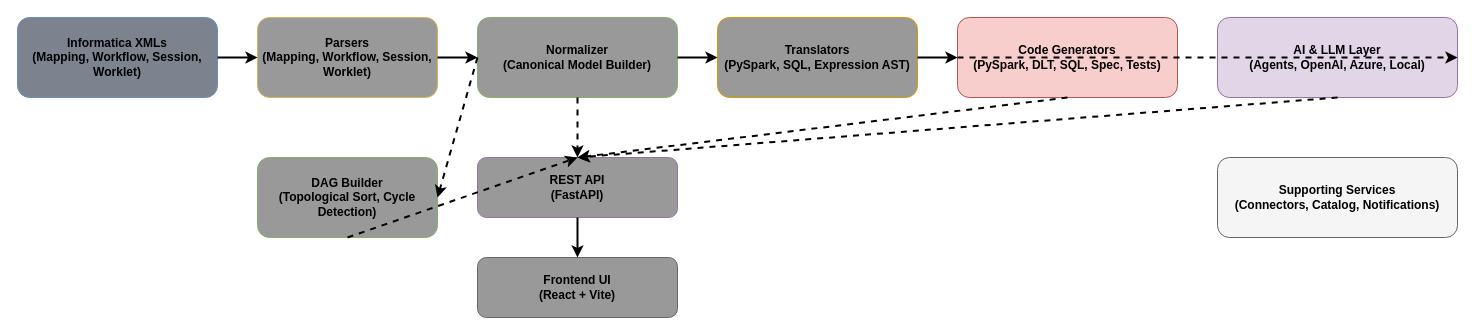
pmsrao/modernize_informatica keeps this draw.io diagram as docs/architecture/architecture_diagram.drawio. Above is the earlier version. Source tidied: cells renumbered, new cells numbered last; positions are measured from the earlier drawing's top-left corner, leaving out a move shared by most shapes. Both pictures are drawn from the tidied source at 100%, with x=0, y=0 at pixel (17, 17).
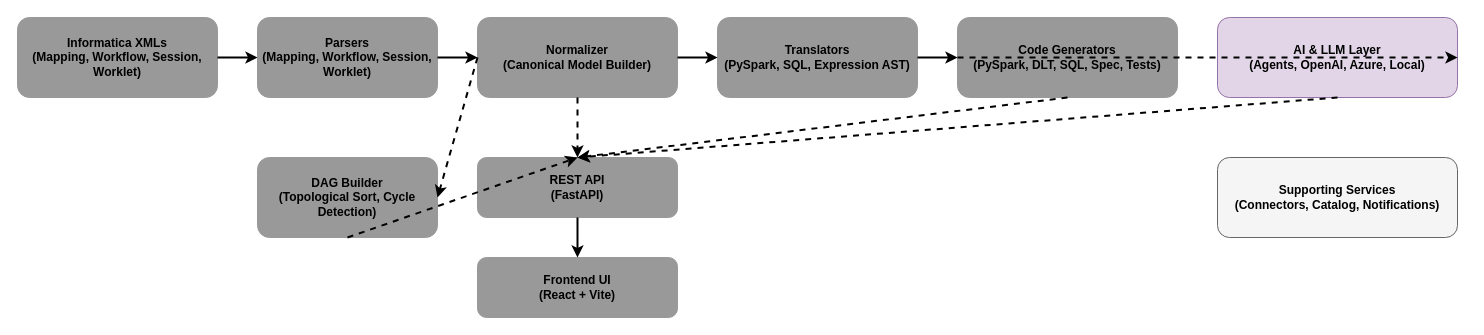
After the change.

Commit message (it also covers changes not shown here):
Phase 1: Foundation - Model Enhancement and Validation Agents

Change to the diagram source:
```diff
@@
-    <mxCell id="2" value="Informatica XMLs&#10;(Mapping, Workflow, Session, Worklet)" style="rounded=1;whiteSpace=wrap;html=1;fillColor=#7C838F;strokeColor=#6c8ebf;fontStyle=1;" parent="1" vertex="1">
+    <mxCell id="2" value="Informatica XMLs&#10;(Mapping, Workflow, Session, Worklet)" style="rounded=1;whiteSpace=wrap;html=1;fillColor=#999999;strokeColor=#999999;fontStyle=1;" parent="1" vertex="1">
       <mxGeometry width="200" height="80" as="geometry" />
     </mxCell>
-    <mxCell id="3" value="Parsers&#10;(Mapping, Workflow, Session, Worklet)" style="rounded=1;whiteSpace=wrap;html=1;fillColor=#999999;strokeColor=#d6b656;fontStyle=1;" parent="1" vertex="1">
+    <mxCell id="3" value="Parsers&#10;(Mapping, Workflow, Session, Worklet)" style="rounded=1;whiteSpace=wrap;html=1;fillColor=#999999;strokeColor=#999999;fontStyle=1;" parent="1" vertex="1">
       <mxGeometry x="240" width="180" height="80" as="geometry" />
     </mxCell>
-    <mxCell id="4" value="Normalizer&#10;(Canonical Model Builder)" style="rounded=1;whiteSpace=wrap;html=1;fillColor=#999999;strokeColor=#82b366;fontStyle=1;" parent="1" vertex="1">
+    <mxCell id="4" value="Normalizer&#10;(Canonical Model Builder)" style="rounded=1;whiteSpace=wrap;html=1;fillColor=#999999;strokeColor=#999999;fontStyle=1;" parent="1" vertex="1">
       <mxGeometry x="460" width="200" height="80" as="geometry" />
     </mxCell>
-    <mxCell id="5" value="Translators&#10;(PySpark, SQL, Expression AST)" style="rounded=1;whiteSpace=wrap;html=1;fillColor=#999999;strokeColor=#d79b00;fontStyle=1;" parent="1" vertex="1">
+    <mxCell id="5" value="Translators&#10;(PySpark, SQL, Expression AST)" style="rounded=1;whiteSpace=wrap;html=1;fillColor=#999999;strokeColor=#999999;fontStyle=1;" parent="1" vertex="1">
       <mxGeometry x="700" width="200" height="80" as="geometry" />
     </mxCell>
-    <mxCell id="6" value="Code Generators&#10;(PySpark, DLT, SQL, Spec, Tests)" style="rounded=1;whiteSpace=wrap;html=1;fillColor=#f8cecc;strokeColor=#b85450;fontStyle=1;" parent="1" vertex="1">
+    <mxCell id="6" value="Code Generators&#10;(PySpark, DLT, SQL, Spec, Tests)" style="rounded=1;whiteSpace=wrap;html=1;fillColor=#999999;strokeColor=#999999;fontStyle=1;" parent="1" vertex="1">
       <mxGeometry x="940" width="220" height="80" as="geometry" />
     </mxCell>
-    <mxCell id="7" value="REST API&#10;(FastAPI)" style="rounded=1;whiteSpace=wrap;html=1;fillColor=#999999;strokeColor=#9673a6;fontStyle=1;" parent="1" vertex="1">
+    <mxCell id="7" value="REST API&#10;(FastAPI)" style="rounded=1;whiteSpace=wrap;html=1;fillColor=#999999;strokeColor=#999999;fontStyle=1;" parent="1" vertex="1">
       <mxGeometry x="460" y="140" width="200" height="60" as="geometry" />
     </mxCell>
-    <mxCell id="8" value="Frontend UI&#10;(React + Vite)" style="rounded=1;whiteSpace=wrap;html=1;fillColor=#999999;strokeColor=#666666;fontStyle=1;" parent="1" vertex="1">
+    <mxCell id="8" value="Frontend UI&#10;(React + Vite)" style="rounded=1;whiteSpace=wrap;html=1;fillColor=#999999;strokeColor=#999999;fontStyle=1;" parent="1" vertex="1">
       <mxGeometry x="460" y="240" width="200" height="60" as="geometry" />
     </mxCell>
@@
-    <mxCell id="10" value="DAG Builder&#10;(Topological Sort, Cycle Detection)" style="rounded=1;whiteSpace=wrap;html=1;fillColor=#999999;strokeColor=#82b366;fontStyle=1;" parent="1" vertex="1">
+    <mxCell id="10" value="DAG Builder&#10;(Topological Sort, Cycle Detection)" style="rounded=1;whiteSpace=wrap;html=1;fillColor=#999999;strokeColor=#999999;fontStyle=1;" parent="1" vertex="1">
       <mxGeometry x="240" y="140" width="180" height="80" as="geometry" />
     </mxCell>
```
